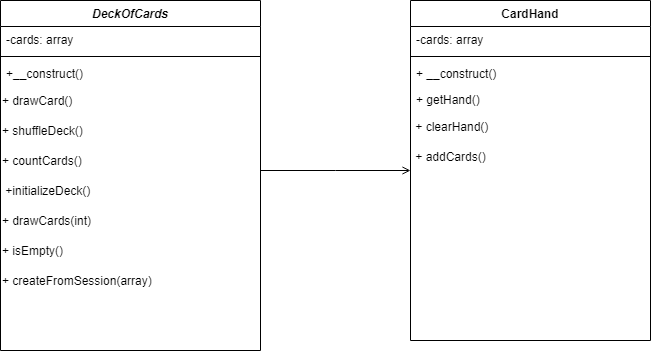
The draw.io diagram assets/images/mvc.drawio.png in Tiqma/mvc, before a commit. Source tidied: cells renumbered, new cells last; positions are measured from the earlier drawing's top-left corner, leaving out a move shared by most shapes.
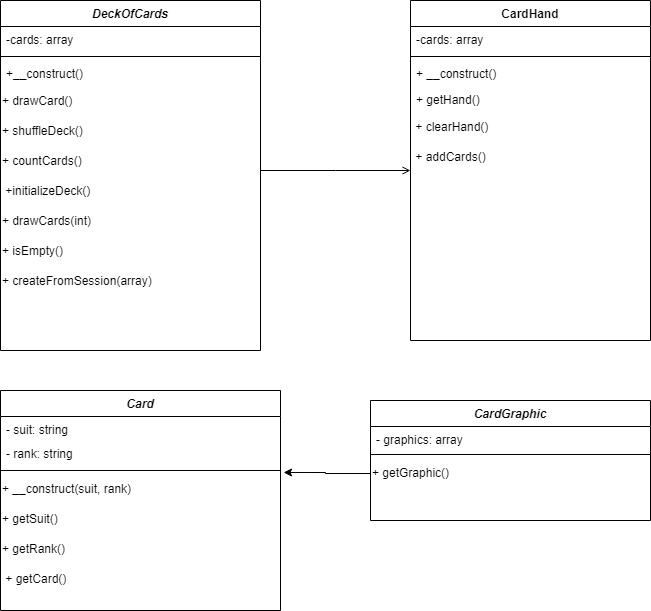
The same file after the commit.

Commit message:
Fixed uml diagram

Diff of the diagram source:
```diff
@@ -61,5 +61,44 @@
         <mxPoint x="-40" y="32" as="offset" />
       </mxGeometry>
     </mxCell>
+    <mxCell id="21" value="Card" style="swimlane;fontStyle=3;align=center;verticalAlign=top;horizontal=1;startSize=26;rounded=0;shadow=0;strokeWidth=1;" parent="1" vertex="1">
+      <mxGeometry y="390" width="280" height="220" as="geometry" />
+    </mxCell>
+    <mxCell id="22" value="- suit: string" style="text;align=left;verticalAlign=top;spacingLeft=4;spacingRight=4;overflow=hidden;" parent="21" vertex="1">
+      <mxGeometry y="26" width="280" height="24" as="geometry" />
+    </mxCell>
+    <mxCell id="23" value="- rank: string" style="text;align=left;verticalAlign=top;spacingLeft=4;spacingRight=4;overflow=hidden;" parent="21" vertex="1">
+      <mxGeometry y="50" width="280" height="26" as="geometry" />
+    </mxCell>
+    <mxCell id="24" style="line;html=1;strokeWidth=1;align=left;verticalAlign=middle;spacingTop=-1;spacingLeft=3;spacingRight=3;labelPosition=right;" parent="21" vertex="1">
+      <mxGeometry y="76" width="280" height="8" as="geometry" />
+    </mxCell>
+    <mxCell id="25" value="+ __construct(suit, rank)" style="text;html=1;align=left;verticalAlign=middle;points=[];strokeColor=none;fillColor=none;" parent="21" vertex="1">
+      <mxGeometry y="84" width="280" height="30" as="geometry" />
+    </mxCell>
+    <mxCell id="26" value="+ getSuit()" style="text;html=1;align=left;verticalAlign=middle;strokeColor=none;fillColor=none;" parent="21" vertex="1">
+      <mxGeometry y="114" width="280" height="30" as="geometry" />
+    </mxCell>
+    <mxCell id="27" value="+ getRank()" style="text;html=1;align=left;verticalAlign=middle;strokeColor=none;fillColor=none;" parent="21" vertex="1">
+      <mxGeometry y="144" width="280" height="30" as="geometry" />
+    </mxCell>
+    <mxCell id="28" value="&amp;nbsp;+ getCard()" style="text;html=1;align=left;verticalAlign=middle;strokeColor=none;fillColor=none;" parent="21" vertex="1">
+      <mxGeometry y="174" width="280" height="30" as="geometry" />
+    </mxCell>
+    <mxCell id="29" value="CardGraphic" style="swimlane;fontStyle=3;align=center;verticalAlign=top;horizontal=1;startSize=26;rounded=0;shadow=0;strokeWidth=1;" parent="1" vertex="1">
+      <mxGeometry x="370" y="400" width="280" height="120" as="geometry" />
+    </mxCell>
+    <mxCell id="30" value="- graphics: array" style="text;align=left;verticalAlign=top;spacingLeft=4;spacingRight=4;overflow=hidden;" parent="29" vertex="1">
+      <mxGeometry y="26" width="280" height="24" as="geometry" />
+    </mxCell>
+    <mxCell id="31" style="line;html=1;strokeWidth=1;align=left;verticalAlign=middle;spacingTop=-1;spacingLeft=3;spacingRight=3;labelPosition=right;" parent="29" vertex="1">
+      <mxGeometry y="50" width="280" height="8" as="geometry" />
+    </mxCell>
+    <mxCell id="32" value="+ getGraphic()" style="text;html=1;align=left;verticalAlign=middle;points=[];strokeColor=none;fillColor=none;" parent="29" vertex="1">
+      <mxGeometry y="58" width="280" height="30" as="geometry" />
+    </mxCell>
+    <mxCell id="33" style="edgeStyle=orthogonalEdgeStyle;rounded=0;jettySize=auto;html=1;entryX=1.011;entryY=-0.067;entryDx=0;entryDy=0;entryPerimeter=0;" parent="1" edge="1" source="32" target="25">
+      <mxGeometry relative="1" as="geometry" />
+    </mxCell>
   </root>
 </mxGraphModel>
```
